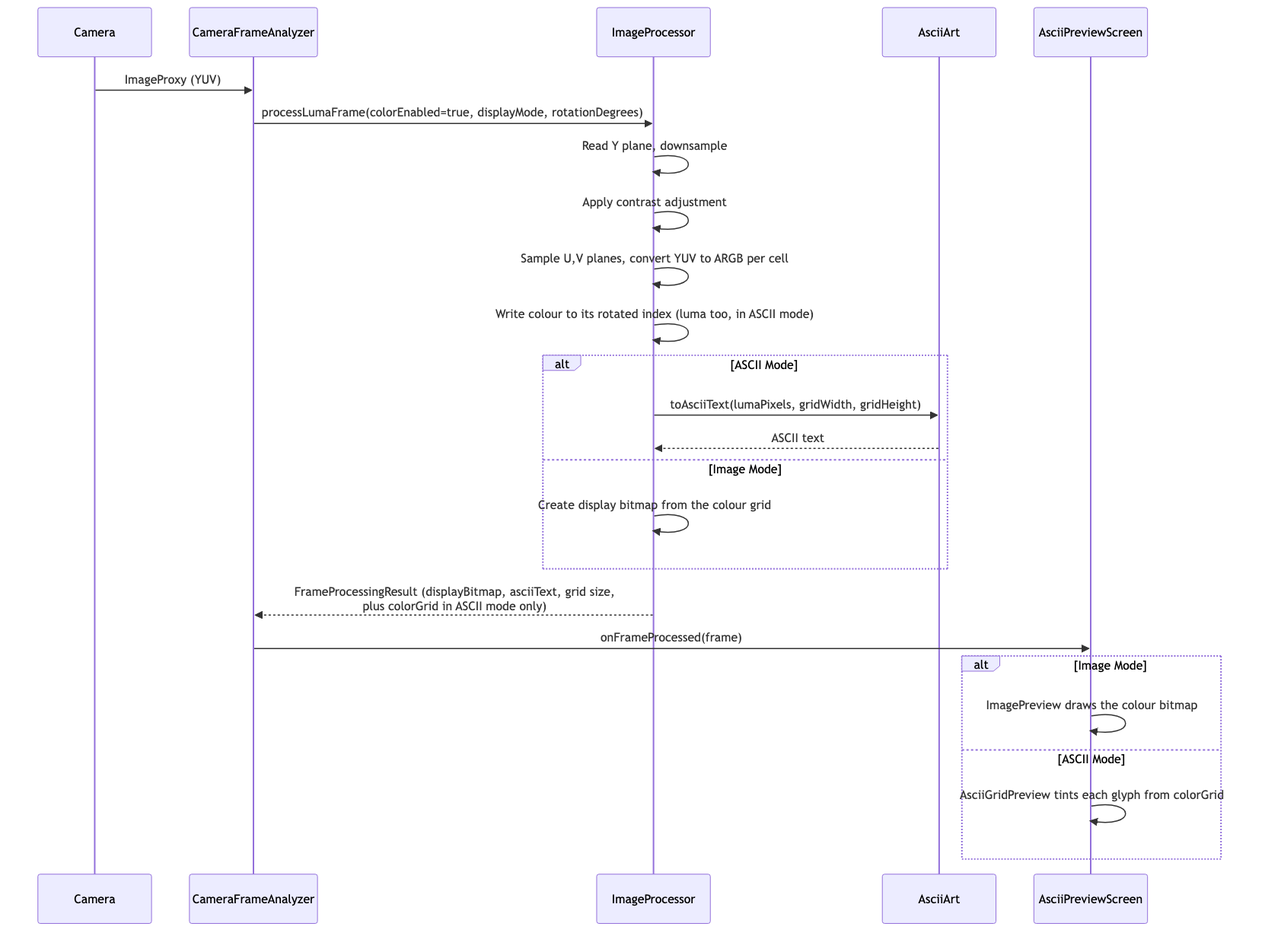
replicant1/AsciiArt keeps this Mermaid diagram as docs/sequence-colour.png. Above is the earlier version. Its source is kept beside it as docs/sequence-colour.mmd.
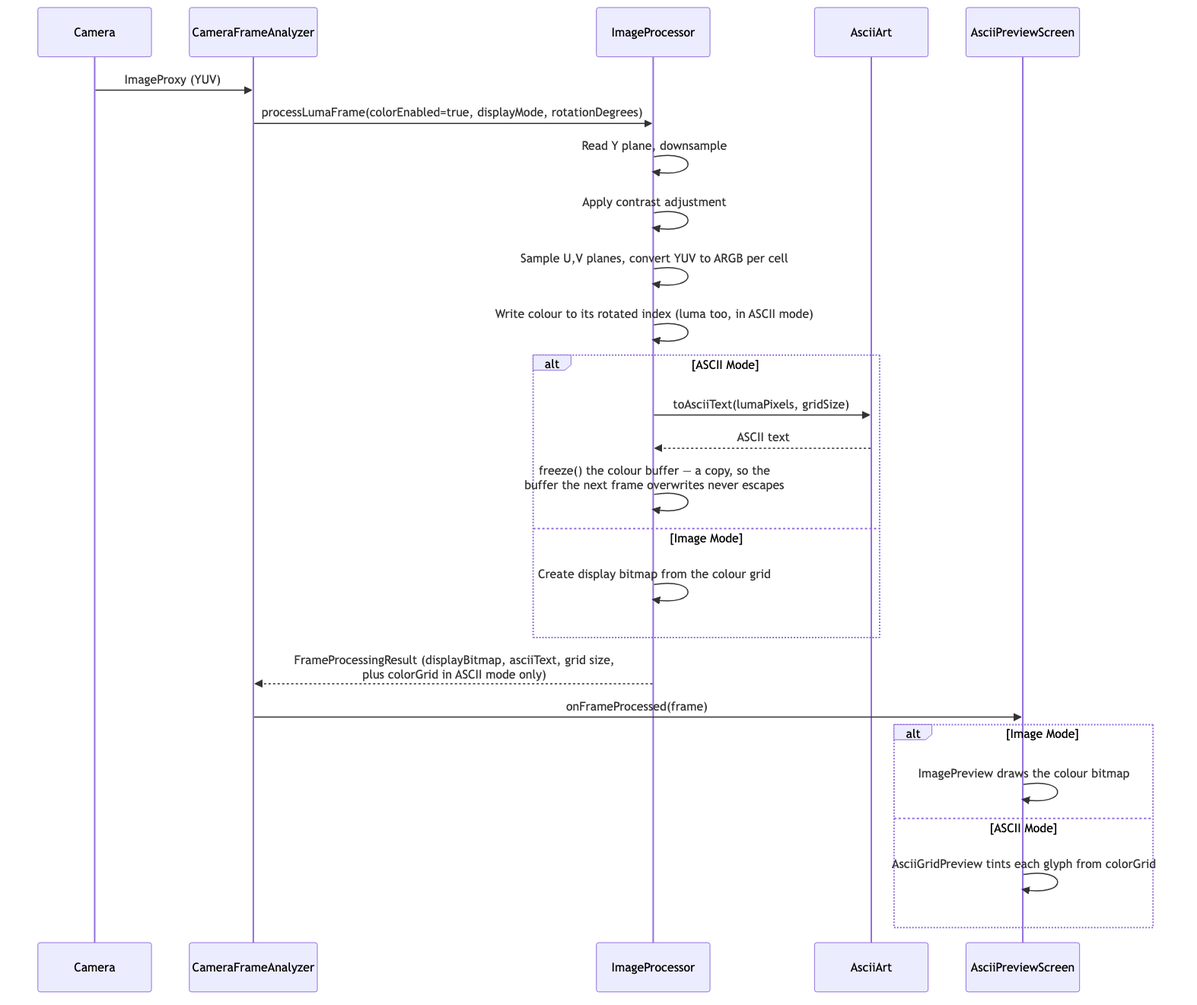
After the change.

Commit message:
Document PixelGrid, PixelBuffer and GridSize

The edit, as a diff of the source:
```diff
@@ -12,8 +12,9 @@
     IP->>IP: Sample U,V planes, convert YUV to ARGB per cell
     IP->>IP: Write colour to its rotated index (luma too, in ASCII mode)
     alt ASCII Mode
-        IP->>AA: toAsciiText(lumaPixels, gridWidth, gridHeight)
+        IP->>AA: toAsciiText(lumaPixels, gridSize)
         AA-->>IP: ASCII text
+        IP->>IP: freeze() the colour buffer — a copy, so the<br/>buffer the next frame overwrites never escapes
     else Image Mode
         IP->>IP: Create display bitmap from the colour grid
     end
```
